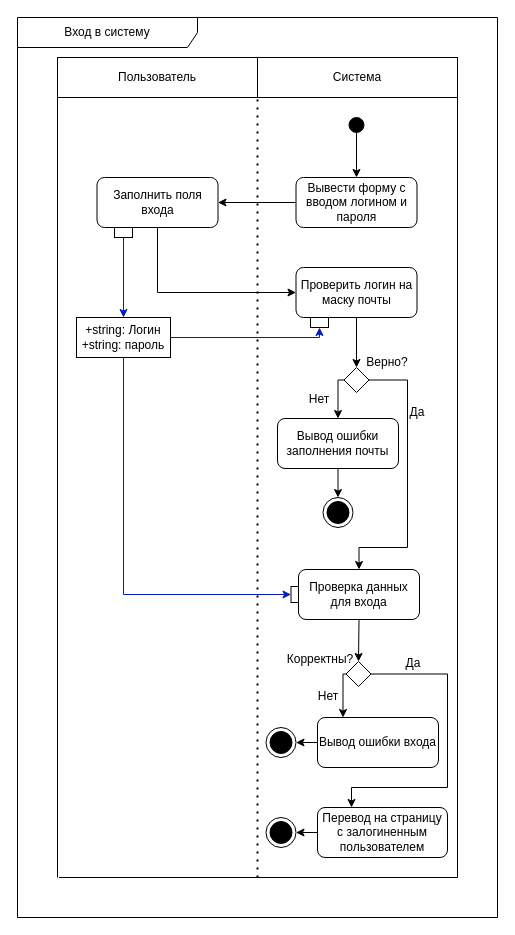
Before: docs/raw_diagrams/вход в систему++.drawio in AS2/habrolink, a draw.io diagram. Source tidied: cells renumbered, new cells numbered last; positions are measured from the earlier drawing's top-left corner, leaving out a move shared by most shapes. Both pictures are drawn from the tidied source at 100%, with x=0, y=0 at pixel (17, 17).
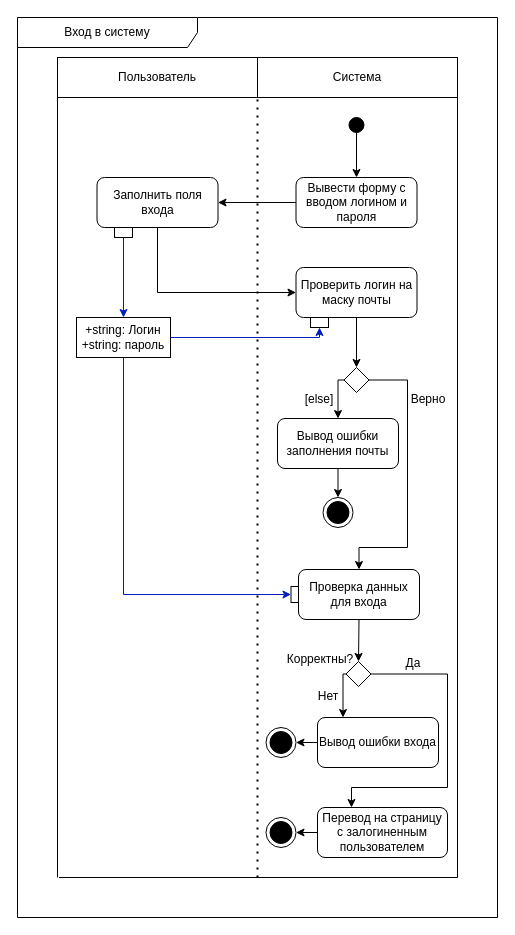
The same diagram, later.

Diff of the diagram source:
```diff
@@
-    <mxCell id="15" value="Верно?" style="text;html=1;strokeColor=none;fillColor=none;align=center;verticalAlign=middle;whiteSpace=wrap;rounded=0;" parent="1" vertex="1">
-      <mxGeometry x="339.5" y="330" width="60" height="30" as="geometry" />
-    </mxCell>
-    <mxCell id="16" value="Нет" style="text;html=1;strokeColor=none;fillColor=none;align=center;verticalAlign=middle;whiteSpace=wrap;rounded=0;" parent="1" vertex="1">
+    <mxCell id="16" value="[else]" style="text;html=1;strokeColor=none;fillColor=none;align=center;verticalAlign=middle;whiteSpace=wrap;rounded=0;" parent="1" vertex="1">
       <mxGeometry x="272" y="367" width="60" height="30" as="geometry" />
     </mxCell>
-    <mxCell id="17" value="Да" style="text;html=1;strokeColor=none;fillColor=none;align=center;verticalAlign=middle;whiteSpace=wrap;rounded=0;" parent="1" vertex="1">
-      <mxGeometry x="370" y="380" width="60" height="30" as="geometry" />
+    <mxCell id="17" value="Верно" style="text;html=1;strokeColor=none;fillColor=none;align=center;verticalAlign=middle;whiteSpace=wrap;rounded=0;" parent="1" vertex="1">
+      <mxGeometry x="381" y="367" width="60" height="30" as="geometry" />
     </mxCell>
```
